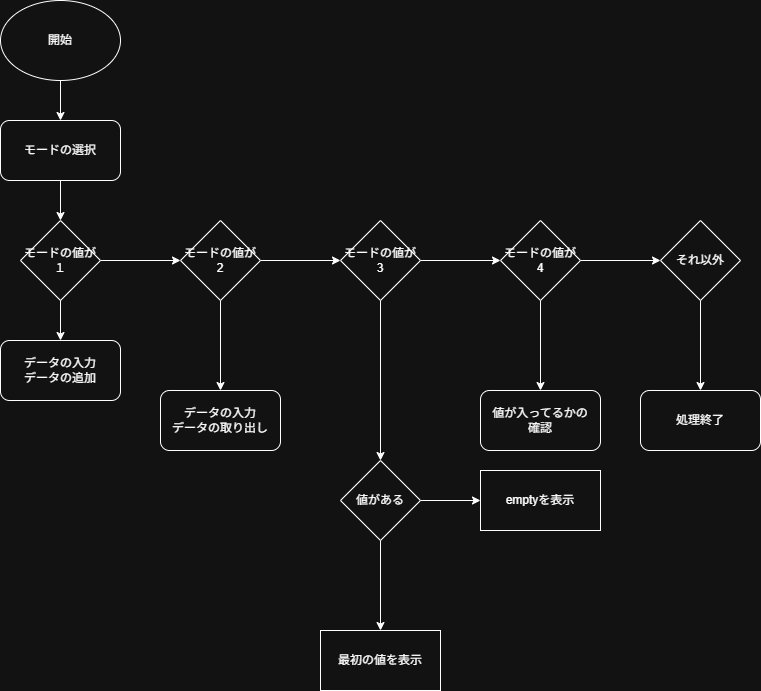
The draw.io diagram lesson03.png in user-1333/5-7, before a commit. Source tidied: cells renumbered, new cells last; positions are measured from the earlier drawing's top-left corner, leaving out a move shared by most shapes. Source of this version:
```xml
<mxGraphModel>
  <root>
    <mxCell id="0" />
    <mxCell id="1" parent="0" />
    <mxCell id="2" value="開始" style="ellipse;whiteSpace=wrap;html=1;" parent="1" vertex="1">
      <mxGeometry width="120" height="80" as="geometry" />
    </mxCell>
    <mxCell id="3" style="endArrow=classic;html=1;rounded=0;exitX=0.5;exitY=1;exitDx=0;exitDy=0;" parent="1" edge="1" source="2">
      <mxGeometry relative="1" as="geometry">
        <mxPoint x="60" y="120" as="targetPoint" />
      </mxGeometry>
    </mxCell>
    <mxCell id="4" value="モードの選択" style="rounded=1;whiteSpace=wrap;html=1;" parent="1" vertex="1">
      <mxGeometry y="120" width="120" height="60" as="geometry" />
    </mxCell>
    <mxCell id="5" style="endArrow=classic;html=1;rounded=0;exitX=0.5;exitY=1;exitDx=0;exitDy=0;" parent="1" edge="1">
      <mxGeometry relative="1" as="geometry">
        <mxPoint x="60" y="180" as="sourcePoint" />
        <mxPoint x="60" y="220" as="targetPoint" />
      </mxGeometry>
    </mxCell>
    <mxCell id="6" style="edgeStyle=orthogonalEdgeStyle;rounded=0;jettySize=auto;html=1;" parent="1" edge="1" source="7" target="12">
      <mxGeometry relative="1" as="geometry" />
    </mxCell>
    <mxCell id="7" value="モードの値が１" style="rhombus;whiteSpace=wrap;html=1;" parent="1" vertex="1">
      <mxGeometry x="20" y="220" width="80" height="80" as="geometry" />
    </mxCell>
    <mxCell id="8" style="endArrow=classic;html=1;rounded=0;exitX=0.5;exitY=1;exitDx=0;exitDy=0;" parent="1" edge="1">
      <mxGeometry relative="1" as="geometry">
        <mxPoint x="60" y="300" as="sourcePoint" />
        <mxPoint x="60" y="340" as="targetPoint" />
      </mxGeometry>
    </mxCell>
    <mxCell id="9" value="データの入力&lt;br&gt;データの追加" style="rounded=1;whiteSpace=wrap;html=1;" parent="1" vertex="1">
      <mxGeometry y="340" width="120" height="60" as="geometry" />
    </mxCell>
    <mxCell id="10" style="edgeStyle=orthogonalEdgeStyle;rounded=0;jettySize=auto;html=1;" parent="1" edge="1" source="12" target="13">
      <mxGeometry relative="1" as="geometry" />
    </mxCell>
    <mxCell id="11" style="edgeStyle=orthogonalEdgeStyle;rounded=0;jettySize=auto;html=1;" parent="1" edge="1" source="12" target="16">
      <mxGeometry relative="1" as="geometry" />
    </mxCell>
    <mxCell id="12" value="モードの値が2" style="rhombus;whiteSpace=wrap;html=1;" parent="1" vertex="1">
      <mxGeometry x="180" y="220" width="80" height="80" as="geometry" />
    </mxCell>
    <mxCell id="13" value="データの入力&lt;br&gt;データの取り出し" style="whiteSpace=wrap;html=1;rounded=1;" parent="1" vertex="1">
      <mxGeometry x="160" y="390" width="120" height="60" as="geometry" />
    </mxCell>
    <mxCell id="14" style="edgeStyle=orthogonalEdgeStyle;rounded=0;jettySize=auto;html=1;entryX=0.5;entryY=0;entryDx=0;entryDy=0;" parent="1" edge="1" source="16" target="26">
      <mxGeometry relative="1" as="geometry" />
    </mxCell>
    <mxCell id="15" style="edgeStyle=orthogonalEdgeStyle;rounded=0;jettySize=auto;html=1;" parent="1" edge="1" source="16" target="19">
      <mxGeometry relative="1" as="geometry" />
    </mxCell>
    <mxCell id="16" value="モードの値が3" style="rhombus;whiteSpace=wrap;html=1;" parent="1" vertex="1">
      <mxGeometry x="340" y="220" width="80" height="80" as="geometry" />
    </mxCell>
    <mxCell id="17" style="edgeStyle=orthogonalEdgeStyle;rounded=0;jettySize=auto;html=1;" parent="1" edge="1" source="19" target="20">
      <mxGeometry relative="1" as="geometry" />
    </mxCell>
    <mxCell id="18" style="edgeStyle=orthogonalEdgeStyle;rounded=0;jettySize=auto;html=1;" parent="1" edge="1" source="19" target="22">
      <mxGeometry relative="1" as="geometry" />
    </mxCell>
    <mxCell id="19" value="モードの値が4" style="rhombus;whiteSpace=wrap;html=1;" parent="1" vertex="1">
      <mxGeometry x="500" y="220" width="80" height="80" as="geometry" />
    </mxCell>
    <mxCell id="20" value="値が入ってるかの&lt;br&gt;確認" style="whiteSpace=wrap;html=1;rounded=1;" parent="1" vertex="1">
      <mxGeometry x="480" y="390" width="120" height="60" as="geometry" />
    </mxCell>
    <mxCell id="21" style="edgeStyle=orthogonalEdgeStyle;rounded=0;jettySize=auto;html=1;" parent="1" edge="1" source="22" target="23">
      <mxGeometry relative="1" as="geometry" />
    </mxCell>
    <mxCell id="22" value="それ以外" style="rhombus;whiteSpace=wrap;html=1;" parent="1" vertex="1">
      <mxGeometry x="660" y="220" width="80" height="80" as="geometry" />
    </mxCell>
    <mxCell id="23" value="処理終了" style="whiteSpace=wrap;html=1;rounded=1;" parent="1" vertex="1">
      <mxGeometry x="640" y="390" width="120" height="60" as="geometry" />
    </mxCell>
    <mxCell id="24" style="edgeStyle=orthogonalEdgeStyle;rounded=0;jettySize=auto;html=1;" parent="1" edge="1" source="26" target="27">
      <mxGeometry relative="1" as="geometry" />
    </mxCell>
    <mxCell id="25" style="edgeStyle=orthogonalEdgeStyle;rounded=0;jettySize=auto;html=1;" parent="1" edge="1" source="26" target="28">
      <mxGeometry relative="1" as="geometry" />
    </mxCell>
    <mxCell id="26" value="値がある" style="rhombus;whiteSpace=wrap;html=1;" parent="1" vertex="1">
      <mxGeometry x="340" y="460" width="80" height="80" as="geometry" />
    </mxCell>
    <mxCell id="27" value="最初の値を表示" style="whiteSpace=wrap;html=1;" parent="1" vertex="1">
      <mxGeometry x="320" y="630" width="120" height="60" as="geometry" />
    </mxCell>
    <mxCell id="28" value="emptyを表示" style="whiteSpace=wrap;html=1;" parent="1" vertex="1">
      <mxGeometry x="480" y="470" width="120" height="60" as="geometry" />
    </mxCell>
  </root>
</mxGraphModel>
```
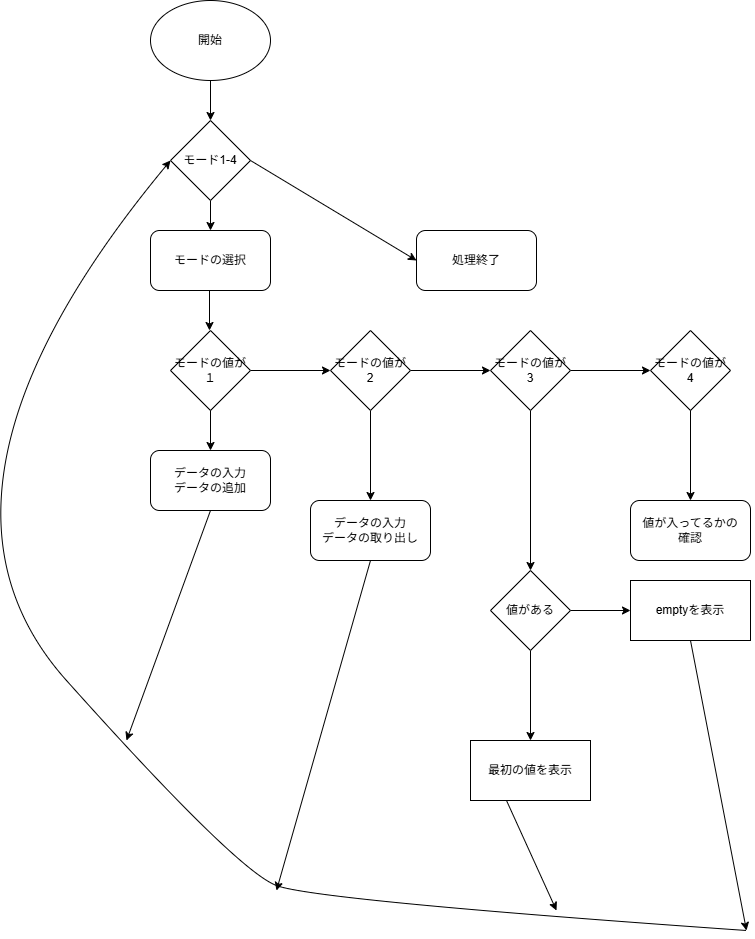
After the commit.

Diff of the diagram source:
```diff
@@ -3,11 +3,11 @@
     <mxCell id="0" />
     <mxCell id="1" parent="0" />
     <mxCell id="2" value="開始" style="ellipse;whiteSpace=wrap;html=1;" parent="1" vertex="1">
-      <mxGeometry width="120" height="80" as="geometry" />
+      <mxGeometry y="-110" width="120" height="80" as="geometry" />
     </mxCell>
     <mxCell id="3" style="endArrow=classic;html=1;rounded=0;exitX=0.5;exitY=1;exitDx=0;exitDy=0;" parent="1" edge="1" source="2">
       <mxGeometry relative="1" as="geometry">
-        <mxPoint x="60" y="120" as="targetPoint" />
+        <mxPoint x="60" y="10" as="targetPoint" />
       </mxGeometry>
     </mxCell>
     <mxCell id="4" value="モードの選択" style="rounded=1;whiteSpace=wrap;html=1;" parent="1" vertex="1">
@@ -15,8 +15,8 @@
     </mxCell>
     <mxCell id="5" style="endArrow=classic;html=1;rounded=0;exitX=0.5;exitY=1;exitDx=0;exitDy=0;" parent="1" edge="1">
       <mxGeometry relative="1" as="geometry">
-        <mxPoint x="60" y="180" as="sourcePoint" />
-        <mxPoint x="60" y="220" as="targetPoint" />
+        <mxPoint x="59" y="180" as="sourcePoint" />
+        <mxPoint x="59" y="220" as="targetPoint" />
       </mxGeometry>
     </mxCell>
     <mxCell id="6" style="edgeStyle=orthogonalEdgeStyle;rounded=0;jettySize=auto;html=1;" parent="1" edge="1" source="7" target="12">
@@ -58,23 +58,14 @@
     <mxCell id="17" style="edgeStyle=orthogonalEdgeStyle;rounded=0;jettySize=auto;html=1;" parent="1" edge="1" source="19" target="20">
       <mxGeometry relative="1" as="geometry" />
     </mxCell>
-    <mxCell id="18" style="edgeStyle=orthogonalEdgeStyle;rounded=0;jettySize=auto;html=1;" parent="1" edge="1" source="19" target="22">
-      <mxGeometry relative="1" as="geometry" />
-    </mxCell>
     <mxCell id="19" value="モードの値が4" style="rhombus;whiteSpace=wrap;html=1;" parent="1" vertex="1">
       <mxGeometry x="500" y="220" width="80" height="80" as="geometry" />
     </mxCell>
     <mxCell id="20" value="値が入ってるかの&lt;br&gt;確認" style="whiteSpace=wrap;html=1;rounded=1;" parent="1" vertex="1">
       <mxGeometry x="480" y="390" width="120" height="60" as="geometry" />
     </mxCell>
-    <mxCell id="21" style="edgeStyle=orthogonalEdgeStyle;rounded=0;jettySize=auto;html=1;" parent="1" edge="1" source="22" target="23">
-      <mxGeometry relative="1" as="geometry" />
-    </mxCell>
-    <mxCell id="22" value="それ以外" style="rhombus;whiteSpace=wrap;html=1;" parent="1" vertex="1">
-      <mxGeometry x="660" y="220" width="80" height="80" as="geometry" />
-    </mxCell>
     <mxCell id="23" value="処理終了" style="whiteSpace=wrap;html=1;rounded=1;" parent="1" vertex="1">
-      <mxGeometry x="640" y="390" width="120" height="60" as="geometry" />
+      <mxGeometry x="266" y="120" width="120" height="60" as="geometry" />
     </mxCell>
     <mxCell id="24" style="edgeStyle=orthogonalEdgeStyle;rounded=0;jettySize=auto;html=1;" parent="1" edge="1" source="26" target="27">
       <mxGeometry relative="1" as="geometry" />
@@ -91,5 +82,45 @@
     <mxCell id="28" value="emptyを表示" style="whiteSpace=wrap;html=1;" parent="1" vertex="1">
       <mxGeometry x="480" y="470" width="120" height="60" as="geometry" />
     </mxCell>
+    <mxCell id="29" style="edgeStyle=orthogonalEdgeStyle;rounded=0;jettySize=auto;html=1;" parent="1" edge="1" source="30" target="4">
+      <mxGeometry relative="1" as="geometry" />
+    </mxCell>
+    <mxCell id="30" value="モード1-4" style="rhombus;whiteSpace=wrap;html=1;" parent="1" vertex="1">
+      <mxGeometry x="20" y="10" width="80" height="80" as="geometry" />
+    </mxCell>
+    <mxCell id="31" style="curved=1;endArrow=classic;html=1;rounded=0;entryX=0;entryY=0.5;entryDx=0;entryDy=0;" parent="1" edge="1" target="30">
+      <mxGeometry relative="1" as="geometry">
+        <mxPoint x="596" y="820" as="sourcePoint" />
+        <Array as="points">
+          <mxPoint x="166" y="790" />
+          <mxPoint x="86" y="760" />
+          <mxPoint x="-254" y="380" />
+        </Array>
+      </mxGeometry>
+    </mxCell>
+    <mxCell id="32" style="endArrow=classic;html=1;rounded=0;exitX=0.5;exitY=1;exitDx=0;exitDy=0;" parent="1" edge="1" source="9">
+      <mxGeometry relative="1" as="geometry">
+        <mxPoint x="-24" y="630" as="targetPoint" />
+      </mxGeometry>
+    </mxCell>
+    <mxCell id="33" style="endArrow=classic;html=1;rounded=0;exitX=0.5;exitY=1;exitDx=0;exitDy=0;" parent="1" edge="1" source="13">
+      <mxGeometry relative="1" as="geometry">
+        <mxPoint x="126" y="780" as="targetPoint" />
+      </mxGeometry>
+    </mxCell>
+    <mxCell id="34" style="endArrow=classic;html=1;rounded=0;" parent="1" edge="1">
+      <mxGeometry relative="1" as="geometry">
+        <mxPoint x="356" y="690" as="sourcePoint" />
+        <mxPoint x="406" y="800" as="targetPoint" />
+      </mxGeometry>
+    </mxCell>
+    <mxCell id="35" style="endArrow=classic;html=1;rounded=0;exitX=0.5;exitY=1;exitDx=0;exitDy=0;" parent="1" edge="1" source="28">
+      <mxGeometry relative="1" as="geometry">
+        <mxPoint x="596" y="820" as="targetPoint" />
+      </mxGeometry>
+    </mxCell>
+    <mxCell id="36" style="endArrow=classic;html=1;rounded=0;exitX=1;exitY=0.5;exitDx=0;exitDy=0;entryX=0;entryY=0.5;entryDx=0;entryDy=0;" parent="1" edge="1" source="30" target="23">
+      <mxGeometry relative="1" as="geometry" />
+    </mxCell>
   </root>
 </mxGraphModel>
```
